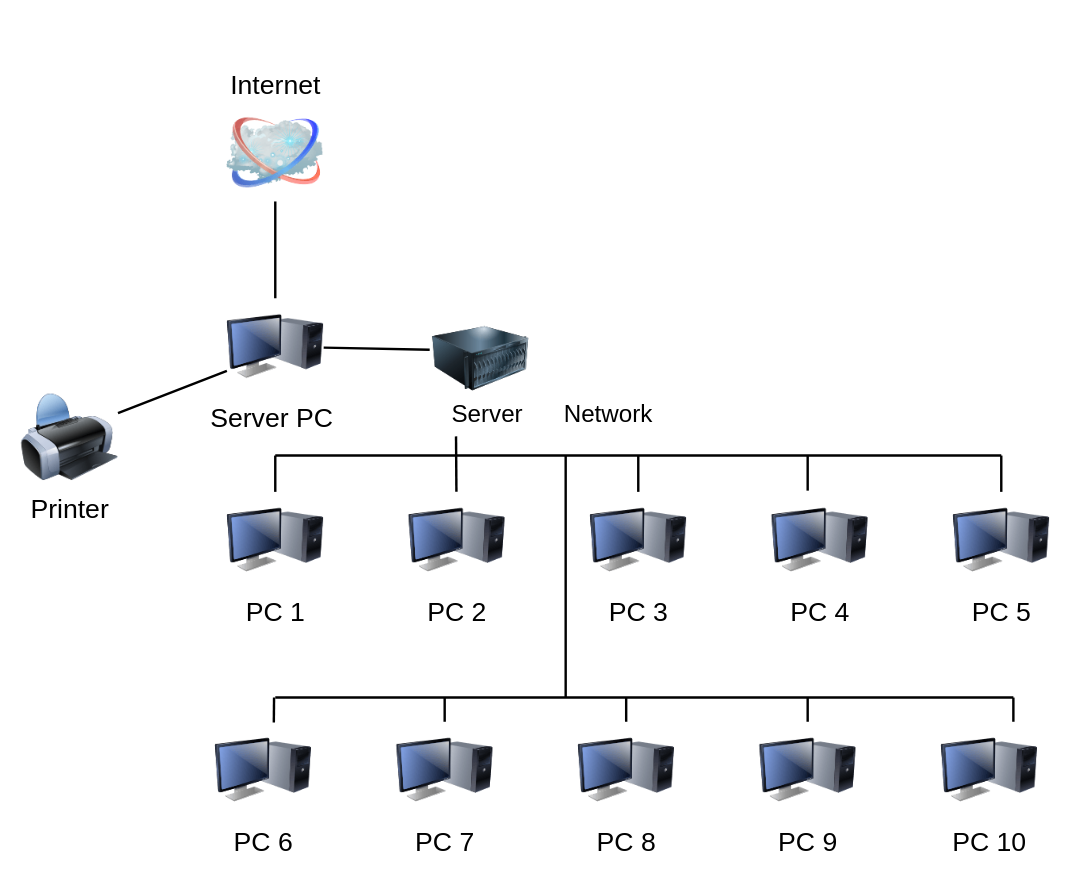
Above: Files/Computershop.drawio in Jocriaus/Diagrams (draw.io), before the change. Source tidied: cells renumbered, new cells numbered last; positions are measured from the earlier drawing's top-left corner, leaving out a move shared by most shapes. Both pictures are drawn from the tidied source at 121%, with x=0, y=0 at pixel (21, 104).
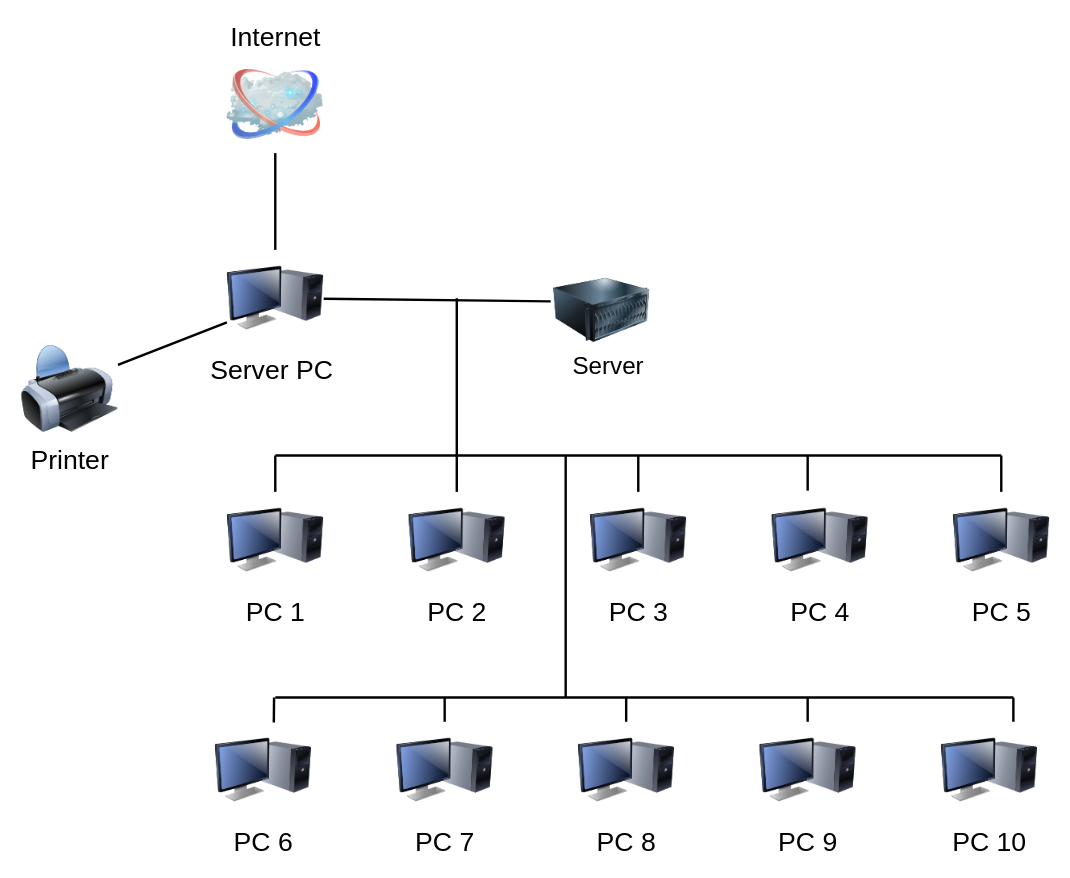
The same page after the edit.

The change refers to these unchanged cells:
```xml
<mxCell id="5" value="PC 2" style="image;html=1;labelBackgroundColor=#ffffff;image=img/lib/clip_art/computers/Monitor_Tower_128x128.png;rounded=1;shadow=0;comic=0;strokeWidth=2;fontSize=22;" parent="1" vertex="1">
  <mxGeometry x="320" y="320" width="80" height="80" as="geometry" />
</mxCell>
```

Change to the diagram source:
```diff
@@
     <mxCell id="2" value="Internet" style="image;html=1;labelBackgroundColor=#ffffff;image=img/lib/clip_art/networking/Cloud_128x128.png;rounded=1;shadow=0;comic=0;strokeWidth=2;fontSize=22;labelPosition=center;verticalLabelPosition=top;align=center;verticalAlign=bottom;" parent="1" vertex="1">
-      <mxGeometry x="170" width="80" height="80" as="geometry" />
+      <mxGeometry x="170" y="-40" width="80" height="80" as="geometry" />
     </mxCell>
@@
     <mxCell id="4" value="Printer" style="image;html=1;labelBackgroundColor=#ffffff;image=img/lib/clip_art/computers/Printer_128x128.png;rounded=1;shadow=0;comic=0;strokeWidth=2;fontSize=22;" parent="1" vertex="1">
-      <mxGeometry y="235" width="80" height="80" as="geometry" />
+      <mxGeometry y="195" width="80" height="80" as="geometry" />
     </mxCell>
@@
     <mxCell id="9" value="Server PC&amp;nbsp;" style="image;html=1;labelBackgroundColor=#ffffff;image=img/lib/clip_art/computers/Monitor_Tower_128x128.png;rounded=1;shadow=0;comic=0;strokeWidth=2;fontSize=22;" parent="1" vertex="1">
-      <mxGeometry x="170" y="160" width="80" height="80" as="geometry" />
+      <mxGeometry x="170" y="120" width="80" height="80" as="geometry" />
     </mxCell>
     <mxCell id="10" style="image;html=1;image=img/lib/clip_art/computers/Server_128x128.png;" parent="1" vertex="1">
-      <mxGeometry x="340" y="170" width="80" height="80" as="geometry" />
+      <mxGeometry x="440" y="130" width="80" height="80" as="geometry" />
     </mxCell>
@@
-    <mxCell id="13" style="endArrow=none;html=1;strokeWidth=2;exitX=0.134;exitY=1.138;exitDx=0;exitDy=0;exitPerimeter=0;" parent="1" edge="1" source="33" target="5">
-      <mxGeometry relative="1" as="geometry" />
+    <mxCell id="13" style="endArrow=none;html=1;strokeWidth=2;" parent="1" edge="1" target="5">
+      <mxGeometry relative="1" as="geometry">
+        <mxPoint x="360" y="160" as="sourcePoint" />
+      </mxGeometry>
     </mxCell>
@@
-    <mxCell id="32" value="Network" style="text;html=1;align=center;verticalAlign=middle;fontSize=20;" parent="1" vertex="1">
-      <mxGeometry x="440" y="240" width="90" height="30" as="geometry" />
-    </mxCell>
     <mxCell id="33" value="Server" style="text;html=1;align=center;verticalAlign=middle;points=[];fontSize=20;" parent="1" vertex="1">
-      <mxGeometry x="350" y="240" width="70" height="30" as="geometry" />
+      <mxGeometry x="450" y="200" width="70" height="30" as="geometry" />
     </mxCell>
```
